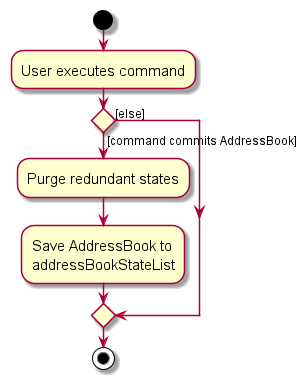
Before: docs/images/CommitActivityDiagram.png, a diagram exported from PlantUML (nus-cs2103-AY2324S2/tp). Source of this version:
```plantuml
@startuml
skin rose
skinparam ActivityFontSize 15
skinparam ArrowFontSize 12
start
:User executes command;


if () then ([command commits AddressBook])
    :Purge redundant states;
    :Save AddressBook to
    addressBookStateList;
else ([else])
endif
stop
@enduml
```
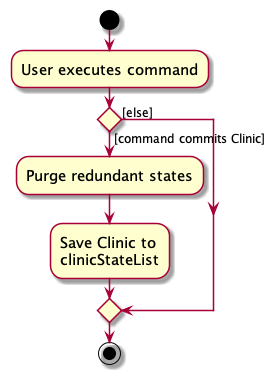
Above is the later version.

Diff of the diagram source:
```diff
@@ -6,10 +6,10 @@
 :User executes command;
 
 
-if () then ([command commits AddressBook])
+if () then ([command commits Clinic])
     :Purge redundant states;
-    :Save AddressBook to
-    addressBookStateList;
+    :Save Clinic to
+    clinicStateList;
 else ([else])
 endif
 stop
```
